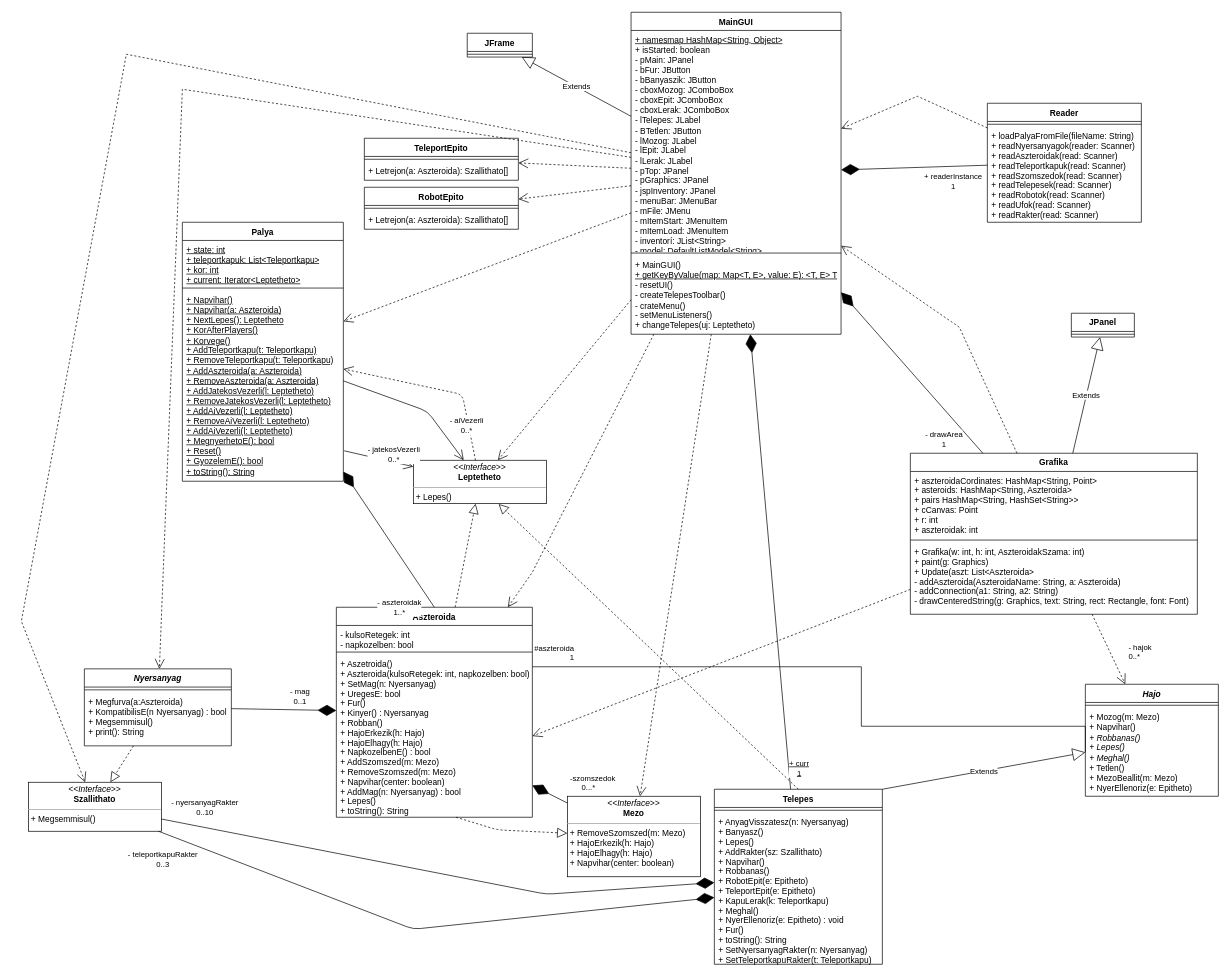
Above: doc/grafikus_osztalydiagram.drawio in torpeBoiGo/aszteroidabanyaszat (draw.io), before the change. Source tidied: cells renumbered, new cells numbered last; positions are measured from the earlier drawing's top-left corner, leaving out a move shared by most shapes. Both pictures are drawn from the tidied source at 70%, with x=0, y=0 at pixel (21, 12).
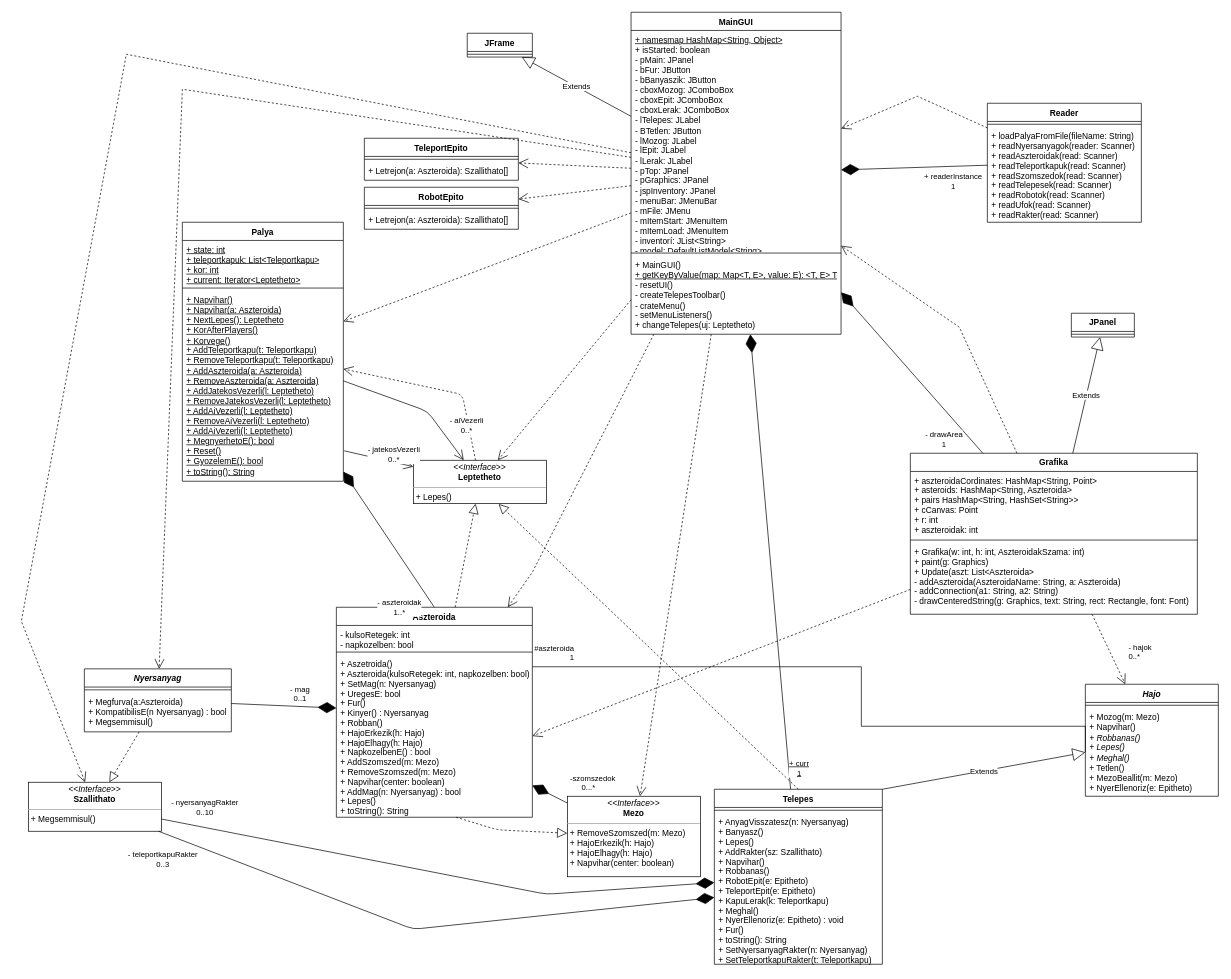
Above is the later version.

Commit message:
nincs print a nyersanyagban

The edit, as a diff of the source:
```diff
@@
     <mxCell id="36" value="Nyersanyag" style="swimlane;fontStyle=3;align=center;verticalAlign=top;horizontal=1;startSize=26;" parent="1" vertex="1">
-      <mxGeometry x="90" y="938" width="210" height="110" as="geometry" />
+      <mxGeometry x="90" y="938" width="210" height="90" as="geometry" />
     </mxCell>
@@
-    <mxCell id="38" value="+ Megfurva(a:Aszteroida)&lt;br&gt;+ KompatibilisE(n Nyersanyag) : bool&lt;br&gt;+ Megsemmisul()&lt;br&gt;+ print(): String" style="text;strokeColor=none;fillColor=none;align=left;verticalAlign=top;spacingLeft=4;spacingRight=4;overflow=hidden;html=1;" parent="36" vertex="1">
-      <mxGeometry y="34" width="210" height="76" as="geometry" />
+    <mxCell id="38" value="+ Megfurva(a:Aszteroida)&lt;br&gt;+ KompatibilisE(n Nyersanyag) : bool&lt;br&gt;+ Megsemmisul()" style="text;strokeColor=none;fillColor=none;align=left;verticalAlign=top;spacingLeft=4;spacingRight=4;overflow=hidden;html=1;" parent="36" vertex="1">
+      <mxGeometry y="34" width="210" height="56" as="geometry" />
     </mxCell>
```
